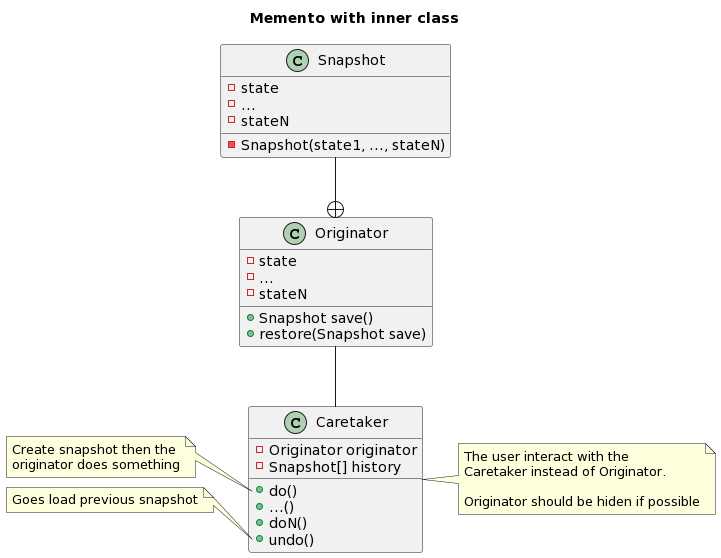
Above: Design Patterns/Behavioral/Memento/Inner Class Memento/UML.png in slr3073/Software_Engineering (PlantUML), before the change.
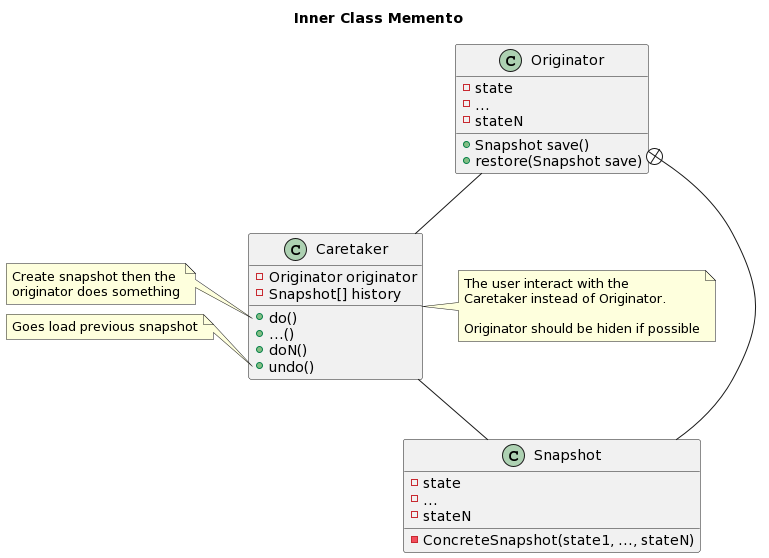
After the commit.

Commit message:
correction uml

Diff of the diagram source:
```diff
@@ -1,5 +1,5 @@
 @startuml
-title Memento with inner class
+title Inner Class Memento
 
 class Originator {
     - state
@@ -13,7 +13,7 @@
     - state
     - ...
     - stateN
-    - Snapshot(state1, ..., stateN)
+    - ConcreteSnapshot(state1, ..., stateN)
 }
 
 class Caretaker {
@@ -25,8 +25,7 @@
     + undo()
 }
 
-Originator -- Caretaker
-Snapshot --+ Originator
+
 
 note left of Caretaker::do
     Create snapshot then the
@@ -43,4 +42,8 @@
 
     Originator should be hiden if possible
 end note
+
+Originator -- Caretaker
+Caretaker -- Snapshot
+Originator +-- Snapshot
 @enduml
```
